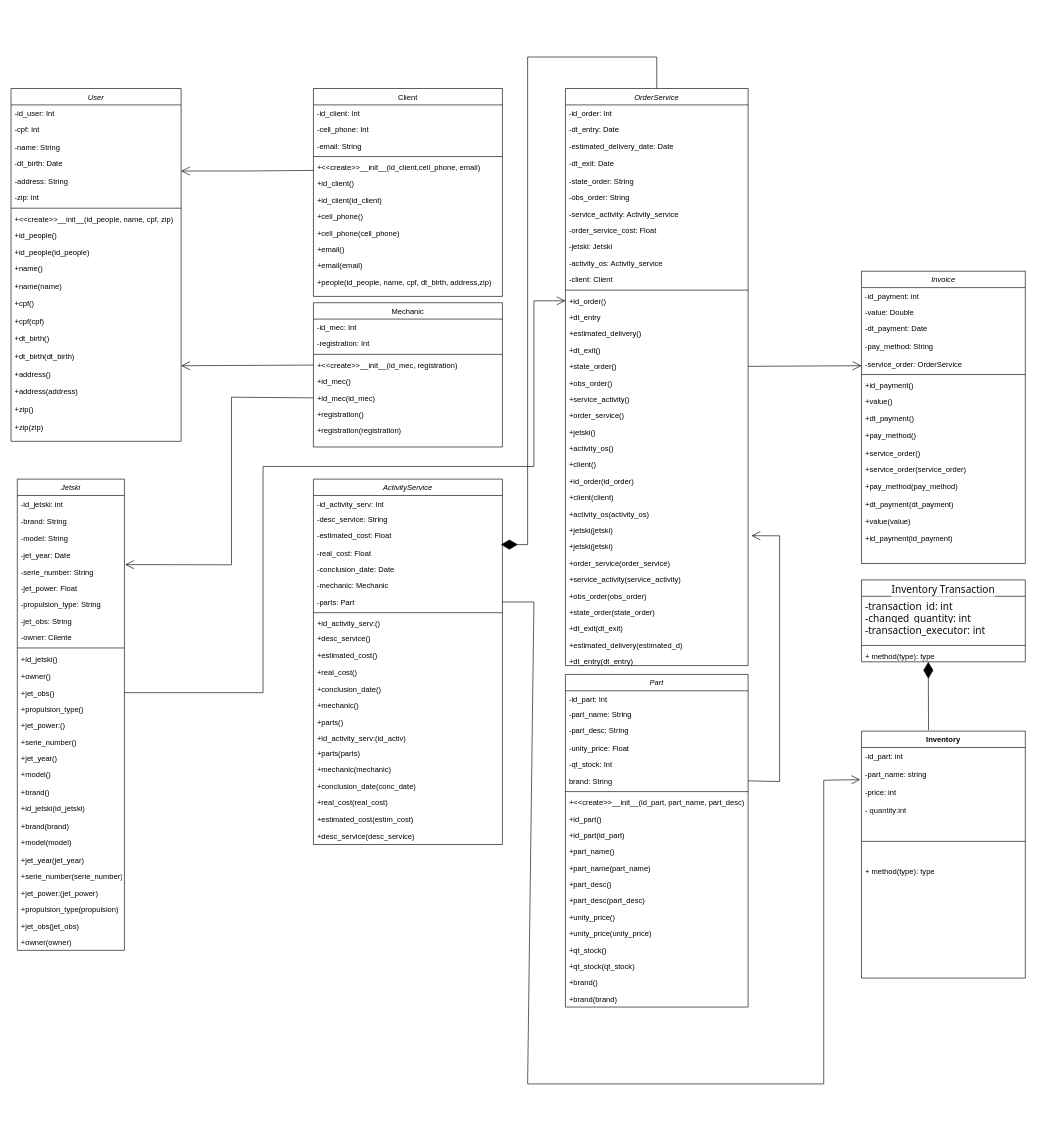
The draw.io diagram workshop_sys_diagram_part1.drawio in ravisousag/INE5605, before the edit. Source tidied: cells renumbered, new cells numbered last; positions are measured from the earlier drawing's top-left corner, leaving out a move shared by most shapes. Both pictures are drawn from the tidied source at 63%, with x=0, y=0 at pixel (11, 57).
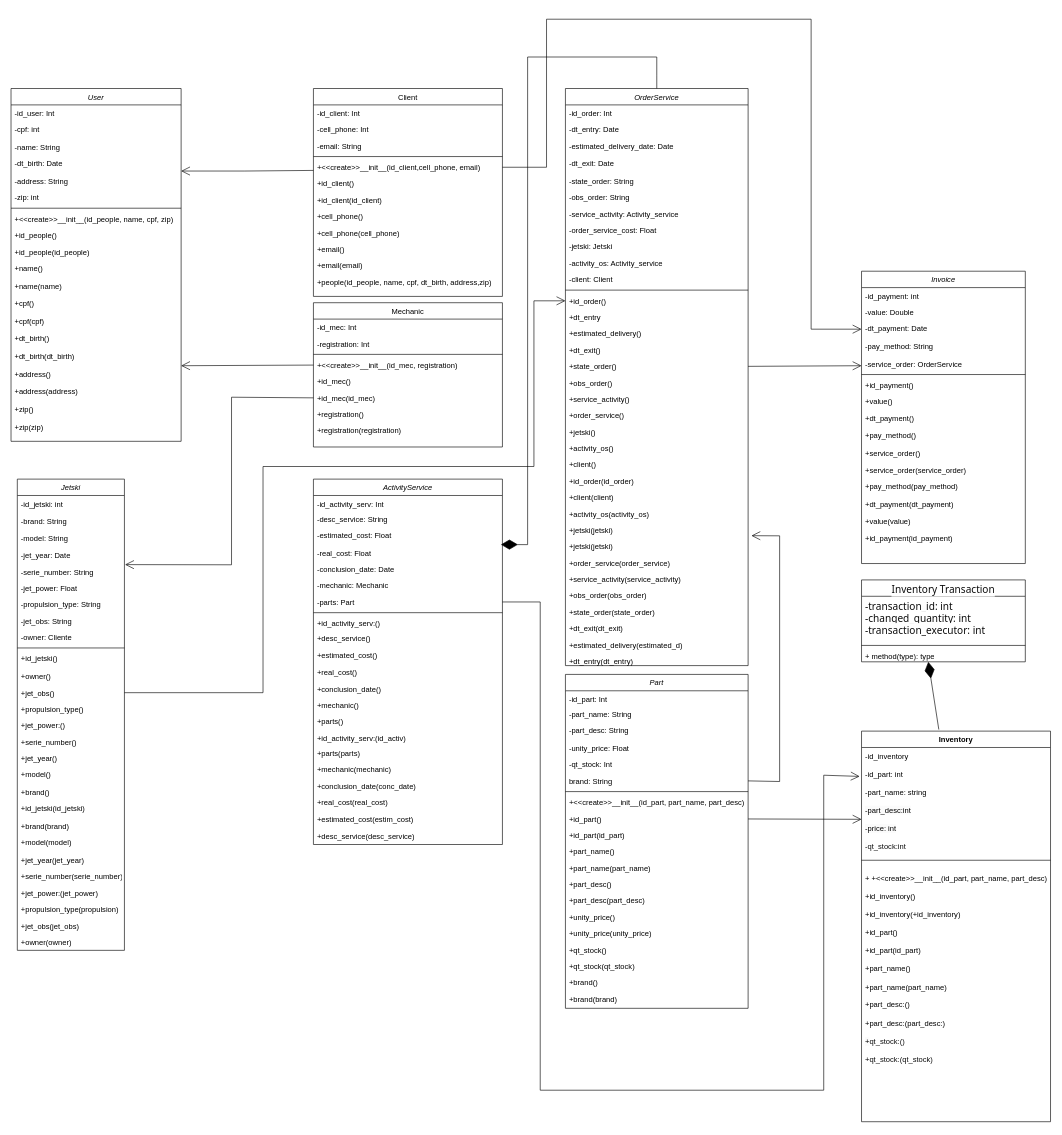
After the change.

The change refers to these unchanged cells:
```xml
<mxCell id="7" value="+&lt;&lt;create&gt;&gt;__init__(id_client,cell_phone, email)" style="text;align=left;verticalAlign=top;spacingLeft=4;spacingRight=4;overflow=hidden;points=[[0,0.5],[1,0.5]];portConstraint=eastwest;" parent="2" vertex="1">
  <mxGeometry y="112" width="300" height="26" as="geometry" />
</mxCell>
<mxCell id="96" value="-parts: Part" style="text;align=left;verticalAlign=top;spacingLeft=4;spacingRight=4;overflow=hidden;points=[[0,0.5],[1,0.5]];portConstraint=eastwest;rounded=0;shadow=0;html=0;" parent="89" vertex="1">
  <mxGeometry y="182" width="300" height="26" as="geometry" />
</mxCell>
<mxCell id="142" value="+id_part()" style="text;align=left;verticalAlign=top;spacingLeft=4;spacingRight=4;overflow=hidden;points=[[0,0.5],[1,0.5]];portConstraint=eastwest;rounded=0;shadow=0;html=0;" parent="133" vertex="1">
  <mxGeometry y="216" width="290" height="26" as="geometry" />
</mxCell>
<mxCell id="157" value="-dt_payment: Date" style="text;align=left;verticalAlign=top;spacingLeft=4;spacingRight=4;overflow=hidden;points=[[0,0.5],[1,0.5]];portConstraint=eastwest;rounded=0;shadow=0;html=0;" parent="154" vertex="1">
  <mxGeometry y="78" width="260" height="28" as="geometry" />
</mxCell>
```

Change to the diagram source:
```diff
@@
     <mxCell id="133" value="Part" style="swimlane;fontStyle=2;align=center;verticalAlign=top;horizontal=1;startSize=26;rounded=0;shadow=0;strokeWidth=1;" parent="1" vertex="1">
-      <mxGeometry x="880" y="980" width="290" height="528" as="geometry" />
+      <mxGeometry x="880" y="980" width="290" height="530" as="geometry" />
     </mxCell>
@@
     <mxCell id="182" value="Inventory" style="swimlane;fontStyle=1;align=center;verticalAlign=top;horizontal=1;startSize=26;whiteSpace=wrap;html=1;" parent="1" vertex="1">
-      <mxGeometry x="1350" y="1070" width="260" height="392" as="geometry" />
+      <mxGeometry x="1350" y="1070" width="300" height="620" as="geometry" />
     </mxCell>
-    <mxCell id="183" value="&lt;div&gt;&lt;span style=&quot;text-wrap: nowrap; background-color: initial;&quot;&gt;-id_part: int&lt;/span&gt;&lt;/div&gt;&lt;div&gt;&lt;span style=&quot;text-wrap: nowrap; background-color: initial;&quot;&gt;&lt;br&gt;&lt;/span&gt;&lt;/div&gt;&lt;div&gt;&lt;span style=&quot;text-wrap: nowrap; background-color: initial;&quot;&gt;-part_name: string&lt;/span&gt;&lt;/div&gt;&lt;div&gt;&lt;span style=&quot;text-wrap: nowrap; background-color: initial;&quot;&gt;&lt;br&gt;&lt;/span&gt;&lt;/div&gt;&lt;div&gt;&lt;span style=&quot;text-wrap: nowrap; background-color: rgb(251, 251, 251);&quot;&gt;-price: int&lt;/span&gt;&lt;/div&gt;&lt;div&gt;&lt;span style=&quot;text-wrap: nowrap; background-color: rgb(251, 251, 251);&quot;&gt;&lt;br&gt;&lt;/span&gt;&lt;/div&gt;&lt;div&gt;&lt;font style=&quot;font-size: 12px;&quot;&gt;&lt;span style=&quot;text-wrap: nowrap; background-color: rgb(251, 251, 251);&quot;&gt;-&amp;nbsp;&lt;/span&gt;&lt;span style=&quot;white-space: pre; background-color: rgb(255, 255, 255);&quot;&gt;&lt;font style=&quot;&quot; color=&quot;#0d0d0d&quot;&gt;quantity:int&lt;/font&gt;&lt;/span&gt;&lt;/font&gt;&lt;/div&gt;" style="text;strokeColor=none;fillColor=none;align=left;verticalAlign=top;spacingLeft=4;spacingRight=4;overflow=hidden;points=[[0,0.5],[1,0.5]];portConstraint=eastwest;whiteSpace=wrap;html=1;" parent="182" vertex="1">
-      <mxGeometry y="26" width="260" height="114" as="geometry" />
+    <mxCell id="183" value="&lt;div&gt;&lt;span style=&quot;text-wrap: nowrap; background-color: initial;&quot;&gt;-id_inventory&lt;/span&gt;&lt;/div&gt;&lt;div&gt;&lt;span style=&quot;text-wrap: nowrap; background-color: initial;&quot;&gt;&lt;br&gt;-id_part: int&lt;/span&gt;&lt;/div&gt;&lt;div&gt;&lt;span style=&quot;text-wrap: nowrap; background-color: initial;&quot;&gt;&lt;br&gt;&lt;/span&gt;&lt;/div&gt;&lt;div&gt;&lt;span style=&quot;text-wrap: nowrap; background-color: initial;&quot;&gt;-part_name: string&lt;/span&gt;&lt;/div&gt;&lt;div&gt;&lt;span style=&quot;text-wrap: nowrap; background-color: initial;&quot;&gt;&lt;br&gt;&lt;/span&gt;&lt;/div&gt;&lt;div&gt;&lt;span style=&quot;text-wrap: nowrap; background-color: rgb(251, 251, 251);&quot;&gt;-part_desc:int&lt;/span&gt;&lt;/div&gt;&lt;div&gt;&lt;span style=&quot;text-wrap: nowrap; background-color: rgb(251, 251, 251);&quot;&gt;&lt;br&gt;&lt;/span&gt;&lt;/div&gt;&lt;div&gt;&lt;span style=&quot;text-wrap: nowrap; background-color: rgb(251, 251, 251);&quot;&gt;-price: int&lt;/span&gt;&lt;/div&gt;&lt;div&gt;&lt;span style=&quot;text-wrap: nowrap; background-color: rgb(251, 251, 251);&quot;&gt;&lt;br&gt;&lt;/span&gt;&lt;/div&gt;&lt;div&gt;&lt;font style=&quot;font-size: 12px;&quot;&gt;&lt;span style=&quot;text-wrap: nowrap; background-color: rgb(251, 251, 251);&quot;&gt;-&lt;/span&gt;&lt;span style=&quot;white-space: pre; background-color: rgb(255, 255, 255);&quot;&gt;&lt;font style=&quot;&quot; color=&quot;#0d0d0d&quot;&gt;qt_stock:int&lt;/font&gt;&lt;/span&gt;&lt;/font&gt;&lt;/div&gt;&lt;div&gt;&lt;font style=&quot;font-size: 12px;&quot;&gt;&lt;span style=&quot;white-space: pre; background-color: rgb(255, 255, 255);&quot;&gt;&lt;font style=&quot;&quot; color=&quot;#0d0d0d&quot;&gt;&lt;br&gt;&lt;/font&gt;&lt;/span&gt;&lt;/font&gt;&lt;/div&gt;" style="text;strokeColor=none;fillColor=none;align=left;verticalAlign=top;spacingLeft=4;spacingRight=4;overflow=hidden;points=[[0,0.5],[1,0.5]];portConstraint=eastwest;whiteSpace=wrap;html=1;" parent="182" vertex="1">
+      <mxGeometry y="26" width="300" height="164" as="geometry" />
     </mxCell>
     <mxCell id="184" style="line;strokeWidth=1;fillColor=none;align=left;verticalAlign=middle;spacingTop=-1;spacingLeft=3;spacingRight=3;labelPosition=right;strokeColor=inherit;" parent="182" vertex="1">
-      <mxGeometry y="140" width="260" height="70" as="geometry" />
+      <mxGeometry y="190" width="300" height="30" as="geometry" />
     </mxCell>
-    <mxCell id="185" value="+ method(type): type" style="text;strokeColor=none;fillColor=none;align=left;verticalAlign=top;spacingLeft=4;spacingRight=4;overflow=hidden;whiteSpace=wrap;html=1;" parent="182" vertex="1">
-      <mxGeometry y="210" width="260" height="182" as="geometry" />
+    <mxCell id="185" value="+&amp;nbsp;&lt;span style=&quot;text-wrap: nowrap;&quot;&gt;+&amp;lt;&amp;lt;create&amp;gt;&amp;gt;__init__(id_part, part_name, part_desc)&lt;/span&gt;&lt;div&gt;&lt;span style=&quot;text-wrap: nowrap;&quot;&gt;&lt;br&gt;&lt;/span&gt;&lt;/div&gt;&lt;div&gt;&lt;span style=&quot;text-wrap: nowrap;&quot;&gt;+id_inventory()&lt;/span&gt;&lt;span style=&quot;text-wrap: nowrap;&quot;&gt;&lt;br&gt;&lt;/span&gt;&lt;/div&gt;&lt;div&gt;&lt;span style=&quot;text-wrap: nowrap;&quot;&gt;&lt;br&gt;&lt;/span&gt;&lt;/div&gt;&lt;div&gt;&lt;span style=&quot;text-wrap: nowrap;&quot;&gt;+id_inventory(&lt;/span&gt;&lt;span style=&quot;text-wrap: nowrap; background-color: initial;&quot;&gt;+id_inventory&lt;/span&gt;&lt;span style=&quot;text-wrap: nowrap; background-color: initial;&quot;&gt;)&lt;/span&gt;&lt;/div&gt;&lt;div&gt;&lt;span style=&quot;text-wrap: nowrap;&quot;&gt;&lt;br&gt;&lt;/span&gt;&lt;/div&gt;&lt;div&gt;&lt;span style=&quot;text-wrap: nowrap;&quot;&gt;+id_part()&lt;/span&gt;&lt;span style=&quot;text-wrap: nowrap;&quot;&gt;&lt;br&gt;&lt;/span&gt;&lt;/div&gt;&lt;div&gt;&lt;span style=&quot;text-wrap: nowrap;&quot;&gt;&lt;br&gt;&lt;/span&gt;&lt;/div&gt;&lt;div&gt;&lt;span style=&quot;text-wrap: nowrap;&quot;&gt;+id_part(id_part)&lt;/span&gt;&lt;span style=&quot;text-wrap: nowrap;&quot;&gt;&lt;br&gt;&lt;/span&gt;&lt;/div&gt;&lt;div&gt;&lt;span style=&quot;text-wrap: nowrap;&quot;&gt;&lt;br&gt;&lt;/span&gt;&lt;/div&gt;&lt;div&gt;&lt;span style=&quot;text-wrap: nowrap;&quot;&gt;+part_name()&lt;/span&gt;&lt;span style=&quot;text-wrap: nowrap;&quot;&gt;&lt;br&gt;&lt;/span&gt;&lt;/div&gt;&lt;div&gt;&lt;span style=&quot;text-wrap: nowrap;&quot;&gt;&lt;br&gt;&lt;/span&gt;&lt;/div&gt;&lt;div&gt;&lt;div&gt;&lt;span style=&quot;text-wrap: nowrap;&quot;&gt;+part_name(&lt;/span&gt;&lt;span style=&quot;text-wrap: nowrap; background-color: initial;&quot;&gt;part_name)&lt;/span&gt;&lt;/div&gt;&lt;div&gt;&lt;span style=&quot;text-wrap: nowrap; background-color: initial;&quot;&gt;&lt;br&gt;&lt;/span&gt;&lt;/div&gt;&lt;div&gt;&lt;div&gt;&lt;span style=&quot;text-wrap: nowrap;&quot;&gt;+part_desc:()&lt;/span&gt;&lt;/div&gt;&lt;/div&gt;&lt;div&gt;&lt;span style=&quot;text-wrap: nowrap;&quot;&gt;&lt;br&gt;&lt;/span&gt;&lt;/div&gt;&lt;div&gt;&lt;div&gt;&lt;span style=&quot;text-wrap: nowrap;&quot;&gt;+part_desc:(&lt;/span&gt;&lt;span style=&quot;text-wrap: nowrap; background-color: initial;&quot;&gt;part_desc:&lt;/span&gt;&lt;span style=&quot;text-wrap: nowrap; background-color: initial;&quot;&gt;)&lt;/span&gt;&lt;/div&gt;&lt;/div&gt;&lt;div&gt;&lt;span style=&quot;text-wrap: nowrap; background-color: initial;&quot;&gt;&lt;br&gt;&lt;/span&gt;&lt;/div&gt;&lt;div&gt;&lt;div&gt;&lt;span style=&quot;text-wrap: nowrap;&quot;&gt;&lt;font style=&quot;background-color: rgb(251, 251, 251);&quot;&gt;+&lt;/font&gt;&lt;font style=&quot;white-space-collapse: preserve; background-color: rgb(255, 255, 255);&quot; color=&quot;#0d0d0d&quot;&gt;qt_stock:()&lt;/font&gt;&lt;/span&gt;&lt;/div&gt;&lt;/div&gt;&lt;div&gt;&lt;span style=&quot;text-wrap: nowrap;&quot;&gt;&lt;font style=&quot;white-space-collapse: preserve; background-color: rgb(255, 255, 255);&quot; color=&quot;#0d0d0d&quot;&gt;&lt;br&gt;&lt;/font&gt;&lt;/span&gt;&lt;/div&gt;&lt;div&gt;&lt;div&gt;&lt;span style=&quot;text-wrap: nowrap;&quot;&gt;+&lt;font style=&quot;white-space-collapse: preserve; background-color: rgb(255, 255, 255);&quot; color=&quot;#0d0d0d&quot;&gt;qt_stock:(&lt;/font&gt;&lt;/span&gt;&lt;font style=&quot;white-space: pre; background-color: rgb(255, 255, 255);&quot; color=&quot;#0d0d0d&quot;&gt;qt_stock)&lt;/font&gt;&lt;/div&gt;&lt;/div&gt;&lt;div&gt;&lt;span style=&quot;text-wrap: nowrap;&quot;&gt;&lt;font style=&quot;white-space-collapse: preserve; background-color: rgb(255, 255, 255);&quot; color=&quot;#0d0d0d&quot;&gt;&lt;br&gt;&lt;/font&gt;&lt;/span&gt;&lt;/div&gt;&lt;div&gt;&lt;span style=&quot;white-space: pre; background-color: rgb(255, 255, 255);&quot;&gt;&lt;font color=&quot;#0d0d0d&quot;&gt;&lt;br&gt;&lt;/font&gt;&lt;/span&gt;&lt;/div&gt;&lt;div&gt;&lt;span style=&quot;text-wrap: nowrap;&quot;&gt;&lt;br&gt;&lt;/span&gt;&lt;/div&gt;&lt;div&gt;&lt;span style=&quot;text-wrap: nowrap;&quot;&gt;&lt;br&gt;&lt;/span&gt;&lt;/div&gt;&lt;div&gt;&lt;span style=&quot;text-wrap: nowrap;&quot;&gt;&lt;br&gt;&lt;/span&gt;&lt;/div&gt;&lt;div&gt;&lt;span style=&quot;text-wrap: nowrap;&quot;&gt;&lt;br&gt;&lt;/span&gt;&lt;/div&gt;&lt;/div&gt;&lt;div&gt;&lt;span style=&quot;text-wrap: nowrap;&quot;&gt;&lt;br&gt;&lt;/span&gt;&lt;/div&gt;" style="text;strokeColor=none;fillColor=none;align=left;verticalAlign=top;spacingLeft=4;spacingRight=4;overflow=hidden;whiteSpace=wrap;html=1;" parent="182" vertex="1">
+      <mxGeometry y="220" width="300" height="400" as="geometry" />
     </mxCell>
-    <mxCell id="186" style="endArrow=open;endFill=1;endSize=12;html=1;rounded=0;entryX=-0.008;entryY=0.447;entryDx=0;entryDy=0;exitX=1;exitY=0.5;exitDx=0;exitDy=0;entryPerimeter=0;" parent="1" edge="1" source="96" target="183">
+    <mxCell id="186" style="endArrow=open;endFill=1;endSize=12;html=1;rounded=0;entryX=-0.01;entryY=0.28;entryDx=0;entryDy=0;exitX=1;exitY=0.5;exitDx=0;exitDy=0;entryPerimeter=0;" parent="1" edge="1" source="96" target="183">
       <mxGeometry relative="1" as="geometry">
         <Array as="points">
-          <mxPoint x="830" y="865" />
-          <mxPoint x="820" y="1630" />
-          <mxPoint x="1290" y="1630" />
-          <mxPoint x="1290" y="1148" />
+          <mxPoint x="840" y="865" />
+          <mxPoint x="840" y="1640" />
+          <mxPoint x="1290" y="1640" />
+          <mxPoint x="1290" y="1140" />
         </Array>
       </mxGeometry>
     </mxCell>
@@
+    <mxCell id="188" style="endArrow=open;endFill=1;endSize=12;html=1;rounded=0;entryX=0;entryY=0.5;entryDx=0;entryDy=0;exitX=1;exitY=0.5;exitDx=0;exitDy=0;" parent="1" edge="1" source="7" target="157">
+      <mxGeometry relative="1" as="geometry">
+        <Array as="points">
+          <mxPoint x="850" y="175" />
+          <mxPoint x="850" y="-60" />
+          <mxPoint x="1270" y="-60" />
+          <mxPoint x="1270" y="432" />
+        </Array>
+      </mxGeometry>
+    </mxCell>
+    <mxCell id="189" style="endArrow=open;endFill=1;endSize=12;html=1;rounded=0;" parent="1" edge="1" source="142">
+      <mxGeometry relative="1" as="geometry">
+        <mxPoint x="1350" y="1210" as="targetPoint" />
+      </mxGeometry>
+    </mxCell>
```
